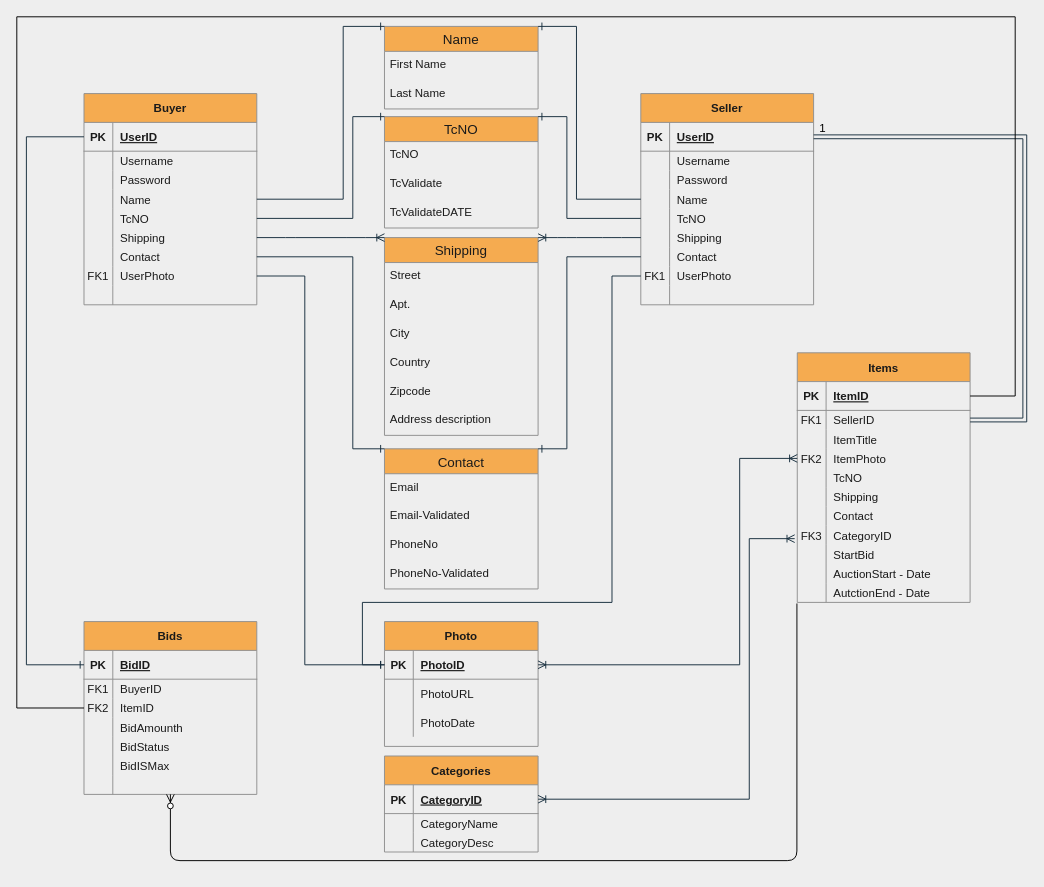
humbldump/HumblDump keeps this draw.io diagram as Untitled Diagram.drawio. Above is the earlier version. Source tidied: cells renumbered, new cells numbered last; positions are measured from the earlier drawing's top-left corner, leaving out a move shared by most shapes. Both pictures are drawn from the tidied source at 96%, with x=0, y=0 at pixel (16, 16).
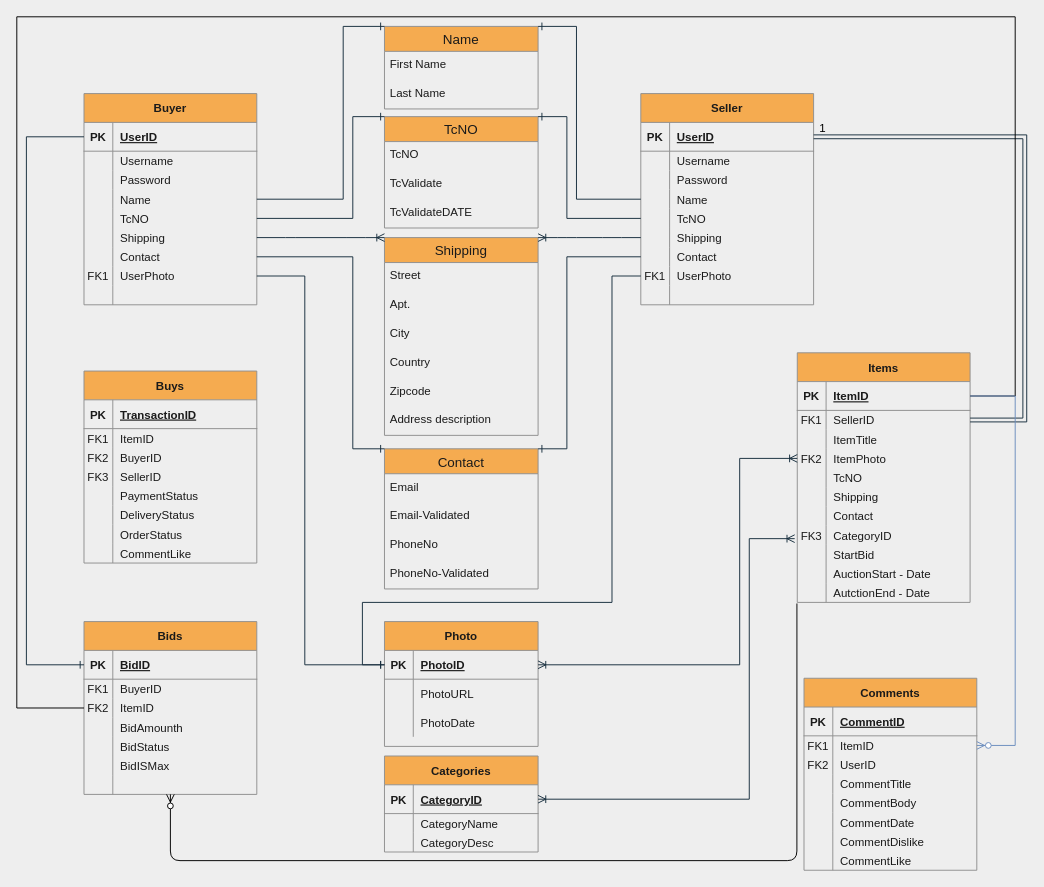
The same diagram, later.

The change refers to these unchanged cells:
```xml
<mxCell id="54" style="shape=partialRectangle;fillColor=none;top=0;left=0;bottom=1;right=0;points=[[0,0.5],[1,0.5]];portConstraint=eastwest;strokeColor=#909090;fontColor=#1A1A1A;" parent="53" vertex="1">
  <mxGeometry y="30" width="180" height="30" as="geometry" />
</mxCell>
```

The edit, as a diff of the source:
```diff
@@
+    <mxCell id="170" value="Comments" style="shape=table;startSize=30;childLayout=tableLayout;rowLines=0;fontStyle=1;align=center;fillColor=#F5AB50;strokeColor=#909090;fontColor=#1A1A1A;" parent="1" vertex="1">
+      <mxGeometry x="820" y="689" width="180" height="200" as="geometry" />
+    </mxCell>
+    <mxCell id="171" style="shape=partialRectangle;fillColor=none;top=0;left=0;bottom=1;right=0;strokeColor=#909090;fontColor=#1A1A1A;" parent="170" vertex="1">
+      <mxGeometry y="30" width="180" height="30" as="geometry" />
+    </mxCell>
+    <mxCell id="172" value="PK" style="shape=partialRectangle;fillColor=none;top=0;left=0;bottom=0;right=0;fontStyle=1;overflow=hidden;strokeColor=#909090;fontColor=#1A1A1A;" parent="171" vertex="1">
+      <mxGeometry width="30" height="30" as="geometry" />
+    </mxCell>
+    <mxCell id="173" value="CommentID" style="shape=partialRectangle;fillColor=none;top=0;left=0;bottom=0;right=0;align=left;spacingLeft=6;fontStyle=5;overflow=hidden;strokeColor=#909090;fontColor=#1A1A1A;" parent="171" vertex="1">
+      <mxGeometry x="30" width="150" height="30" as="geometry" />
+    </mxCell>
+    <mxCell id="174" style="shape=partialRectangle;fillColor=none;top=0;left=0;bottom=0;right=0;strokeColor=#909090;fontColor=#1A1A1A;" parent="170" vertex="1">
+      <mxGeometry y="60" width="180" height="20" as="geometry" />
+    </mxCell>
+    <mxCell id="175" value="FK1" style="shape=partialRectangle;fillColor=none;top=0;left=0;bottom=0;right=0;overflow=hidden;strokeColor=#909090;fontColor=#1A1A1A;" parent="174" vertex="1">
+      <mxGeometry width="30" height="20" as="geometry" />
+    </mxCell>
+    <mxCell id="176" value="ItemID" style="shape=partialRectangle;fillColor=none;top=0;left=0;bottom=0;right=0;align=left;spacingLeft=6;overflow=hidden;strokeColor=#909090;fontColor=#1A1A1A;" parent="174" vertex="1">
+      <mxGeometry x="30" width="150" height="20" as="geometry" />
+    </mxCell>
+    <mxCell id="177" style="shape=partialRectangle;fillColor=none;top=0;left=0;bottom=0;right=0;strokeColor=#909090;fontColor=#1A1A1A;" parent="170" vertex="1">
+      <mxGeometry y="80" width="180" height="20" as="geometry" />
+    </mxCell>
+    <mxCell id="178" value="FK2" style="shape=partialRectangle;fillColor=none;top=0;left=0;bottom=0;right=0;overflow=hidden;strokeColor=#909090;fontColor=#1A1A1A;" parent="177" vertex="1">
+      <mxGeometry width="30" height="20" as="geometry" />
+    </mxCell>
+    <mxCell id="179" value="UserID" style="shape=partialRectangle;fillColor=none;top=0;left=0;bottom=0;right=0;align=left;spacingLeft=6;overflow=hidden;strokeColor=#909090;fontColor=#1A1A1A;" parent="177" vertex="1">
+      <mxGeometry x="30" width="150" height="20" as="geometry" />
+    </mxCell>
+    <mxCell id="180" style="shape=partialRectangle;fillColor=none;top=0;left=0;bottom=0;right=0;strokeColor=#909090;fontColor=#1A1A1A;" parent="170" vertex="1">
+      <mxGeometry y="100" width="180" height="20" as="geometry" />
+    </mxCell>
+    <mxCell id="181" style="shape=partialRectangle;fillColor=none;top=0;left=0;bottom=0;right=0;overflow=hidden;strokeColor=#909090;fontColor=#1A1A1A;" parent="180" vertex="1">
+      <mxGeometry width="30" height="20" as="geometry" />
+    </mxCell>
+    <mxCell id="182" value="CommentTitle" style="shape=partialRectangle;fillColor=none;top=0;left=0;bottom=0;right=0;align=left;spacingLeft=6;overflow=hidden;strokeColor=#909090;fontColor=#1A1A1A;" parent="180" vertex="1">
+      <mxGeometry x="30" width="150" height="20" as="geometry" />
+    </mxCell>
+    <mxCell id="183" style="shape=partialRectangle;fillColor=none;top=0;left=0;bottom=0;right=0;strokeColor=#909090;fontColor=#1A1A1A;" parent="170" vertex="1">
+      <mxGeometry y="120" width="180" height="20" as="geometry" />
+    </mxCell>
+    <mxCell id="184" style="shape=partialRectangle;fillColor=none;top=0;left=0;bottom=0;right=0;overflow=hidden;strokeColor=#909090;fontColor=#1A1A1A;" parent="183" vertex="1">
+      <mxGeometry width="30" height="20" as="geometry" />
+    </mxCell>
+    <mxCell id="185" value="CommentBody" style="shape=partialRectangle;fillColor=none;top=0;left=0;bottom=0;right=0;align=left;spacingLeft=6;overflow=hidden;strokeColor=#909090;fontColor=#1A1A1A;" parent="183" vertex="1">
+      <mxGeometry x="30" width="150" height="20" as="geometry" />
+    </mxCell>
+    <mxCell id="186" style="shape=partialRectangle;fillColor=none;top=0;left=0;bottom=0;right=0;strokeColor=#909090;fontColor=#1A1A1A;" parent="170" vertex="1">
+      <mxGeometry y="140" width="180" height="20" as="geometry" />
+    </mxCell>
+    <mxCell id="187" style="shape=partialRectangle;fillColor=none;top=0;left=0;bottom=0;right=0;overflow=hidden;strokeColor=#909090;fontColor=#1A1A1A;" parent="186" vertex="1">
+      <mxGeometry width="30" height="20" as="geometry" />
+    </mxCell>
+    <mxCell id="188" value="CommentDate" style="shape=partialRectangle;fillColor=none;top=0;left=0;bottom=0;right=0;align=left;spacingLeft=6;overflow=hidden;strokeColor=#909090;fontColor=#1A1A1A;" parent="186" vertex="1">
+      <mxGeometry x="30" width="150" height="20" as="geometry" />
+    </mxCell>
+    <mxCell id="189" style="shape=partialRectangle;fillColor=none;top=0;left=0;bottom=0;right=0;strokeColor=#909090;fontColor=#1A1A1A;" parent="170" vertex="1">
+      <mxGeometry y="160" width="180" height="20" as="geometry" />
+    </mxCell>
+    <mxCell id="190" style="shape=partialRectangle;fillColor=none;top=0;left=0;bottom=0;right=0;overflow=hidden;strokeColor=#909090;fontColor=#1A1A1A;" parent="189" vertex="1">
+      <mxGeometry width="30" height="20" as="geometry" />
+    </mxCell>
+    <mxCell id="191" value="CommentDislike" style="shape=partialRectangle;fillColor=none;top=0;left=0;bottom=0;right=0;align=left;spacingLeft=6;overflow=hidden;strokeColor=#909090;fontColor=#1A1A1A;" parent="189" vertex="1">
+      <mxGeometry x="30" width="150" height="20" as="geometry" />
+    </mxCell>
+    <mxCell id="192" style="shape=partialRectangle;fillColor=none;top=0;left=0;bottom=0;right=0;strokeColor=#909090;fontColor=#1A1A1A;" parent="170" vertex="1">
+      <mxGeometry y="180" width="180" height="20" as="geometry" />
+    </mxCell>
+    <mxCell id="193" style="shape=partialRectangle;fillColor=none;top=0;left=0;bottom=0;right=0;overflow=hidden;strokeColor=#909090;fontColor=#1A1A1A;" parent="192" vertex="1">
+      <mxGeometry width="30" height="20" as="geometry" />
+    </mxCell>
+    <mxCell id="194" value="CommentLike" style="shape=partialRectangle;fillColor=none;top=0;left=0;bottom=0;right=0;align=left;spacingLeft=6;overflow=hidden;strokeColor=#909090;fontColor=#1A1A1A;" parent="192" vertex="1">
+      <mxGeometry x="30" width="150" height="20" as="geometry" />
+    </mxCell>
+    <mxCell id="195" style="edgeStyle=orthogonalEdgeStyle;fontSize=12;html=1;endArrow=ERzeroToMany;endFill=1;exitX=1;exitY=0.5;exitDx=0;exitDy=0;rounded=0;strokeColor=#6c8ebf;fillColor=#dae8fc;" parent="1" edge="1" source="54">
+      <mxGeometry relative="1" as="geometry">
+        <mxPoint x="1000" y="759" as="targetPoint" />
+        <Array as="points">
+          <mxPoint x="1040" y="395" />
+          <mxPoint x="1040" y="759" />
+        </Array>
+      </mxGeometry>
+    </mxCell>
+    <mxCell id="196" value="Buys" style="shape=table;startSize=30;childLayout=tableLayout;rowLines=0;fontStyle=1;align=center;fillColor=#F5AB50;strokeColor=#909090;fontColor=#1A1A1A;" parent="1" vertex="1">
+      <mxGeometry x="70" y="369" width="180" height="200" as="geometry" />
+    </mxCell>
+    <mxCell id="197" style="shape=partialRectangle;fillColor=none;top=0;left=0;bottom=1;right=0;strokeColor=#909090;fontColor=#1A1A1A;" parent="196" vertex="1">
+      <mxGeometry y="30" width="180" height="30" as="geometry" />
+    </mxCell>
+    <mxCell id="198" value="PK" style="shape=partialRectangle;fillColor=none;top=0;left=0;bottom=0;right=0;fontStyle=1;overflow=hidden;strokeColor=#909090;fontColor=#1A1A1A;" parent="197" vertex="1">
+      <mxGeometry width="30" height="30" as="geometry" />
+    </mxCell>
+    <mxCell id="199" value="TransactionID" style="shape=partialRectangle;fillColor=none;top=0;left=0;bottom=0;right=0;align=left;spacingLeft=6;fontStyle=5;overflow=hidden;strokeColor=#909090;fontColor=#1A1A1A;" parent="197" vertex="1">
+      <mxGeometry x="30" width="150" height="30" as="geometry" />
+    </mxCell>
+    <mxCell id="200" style="shape=partialRectangle;fillColor=none;top=0;left=0;bottom=0;right=0;strokeColor=#909090;fontColor=#1A1A1A;" parent="196" vertex="1">
+      <mxGeometry y="60" width="180" height="20" as="geometry" />
+    </mxCell>
+    <mxCell id="201" value="FK1" style="shape=partialRectangle;fillColor=none;top=0;left=0;bottom=0;right=0;overflow=hidden;strokeColor=#909090;fontColor=#1A1A1A;" parent="200" vertex="1">
+      <mxGeometry width="30" height="20" as="geometry" />
+    </mxCell>
+    <mxCell id="202" value="ItemID" style="shape=partialRectangle;fillColor=none;top=0;left=0;bottom=0;right=0;align=left;spacingLeft=6;overflow=hidden;strokeColor=#909090;fontColor=#1A1A1A;" parent="200" vertex="1">
+      <mxGeometry x="30" width="150" height="20" as="geometry" />
+    </mxCell>
+    <mxCell id="203" style="shape=partialRectangle;fillColor=none;top=0;left=0;bottom=0;right=0;strokeColor=#909090;fontColor=#1A1A1A;" parent="196" vertex="1">
+      <mxGeometry y="80" width="180" height="20" as="geometry" />
+    </mxCell>
+    <mxCell id="204" value="FK2" style="shape=partialRectangle;fillColor=none;top=0;left=0;bottom=0;right=0;overflow=hidden;strokeColor=#909090;fontColor=#1A1A1A;" parent="203" vertex="1">
+      <mxGeometry width="30" height="20" as="geometry" />
+    </mxCell>
+    <mxCell id="205" value="BuyerID" style="shape=partialRectangle;fillColor=none;top=0;left=0;bottom=0;right=0;align=left;spacingLeft=6;overflow=hidden;strokeColor=#909090;fontColor=#1A1A1A;" parent="203" vertex="1">
+      <mxGeometry x="30" width="150" height="20" as="geometry" />
+    </mxCell>
+    <mxCell id="206" style="shape=partialRectangle;fillColor=none;top=0;left=0;bottom=0;right=0;strokeColor=#909090;fontColor=#1A1A1A;" parent="196" vertex="1">
+      <mxGeometry y="100" width="180" height="20" as="geometry" />
+    </mxCell>
+    <mxCell id="207" value="FK3" style="shape=partialRectangle;fillColor=none;top=0;left=0;bottom=0;right=0;overflow=hidden;strokeColor=#909090;fontColor=#1A1A1A;" parent="206" vertex="1">
+      <mxGeometry width="30" height="20" as="geometry" />
+    </mxCell>
+    <mxCell id="208" value="SellerID" style="shape=partialRectangle;fillColor=none;top=0;left=0;bottom=0;right=0;align=left;spacingLeft=6;overflow=hidden;strokeColor=#909090;fontColor=#1A1A1A;" parent="206" vertex="1">
+      <mxGeometry x="30" width="150" height="20" as="geometry" />
+    </mxCell>
+    <mxCell id="209" style="shape=partialRectangle;fillColor=none;top=0;left=0;bottom=0;right=0;strokeColor=#909090;fontColor=#1A1A1A;" parent="196" vertex="1">
+      <mxGeometry y="120" width="180" height="20" as="geometry" />
+    </mxCell>
+    <mxCell id="210" style="shape=partialRectangle;fillColor=none;top=0;left=0;bottom=0;right=0;overflow=hidden;strokeColor=#909090;fontColor=#1A1A1A;" parent="209" vertex="1">
+      <mxGeometry width="30" height="20" as="geometry" />
+    </mxCell>
+    <mxCell id="211" value="PaymentStatus" style="shape=partialRectangle;fillColor=none;top=0;left=0;bottom=0;right=0;align=left;spacingLeft=6;overflow=hidden;strokeColor=#909090;fontColor=#1A1A1A;" parent="209" vertex="1">
+      <mxGeometry x="30" width="150" height="20" as="geometry" />
+    </mxCell>
+    <mxCell id="212" style="shape=partialRectangle;fillColor=none;top=0;left=0;bottom=0;right=0;strokeColor=#909090;fontColor=#1A1A1A;" parent="196" vertex="1">
+      <mxGeometry y="140" width="180" height="20" as="geometry" />
+    </mxCell>
+    <mxCell id="213" style="shape=partialRectangle;fillColor=none;top=0;left=0;bottom=0;right=0;overflow=hidden;strokeColor=#909090;fontColor=#1A1A1A;" parent="212" vertex="1">
+      <mxGeometry width="30" height="20" as="geometry" />
+    </mxCell>
+    <mxCell id="214" value="DeliveryStatus" style="shape=partialRectangle;fillColor=none;top=0;left=0;bottom=0;right=0;align=left;spacingLeft=6;overflow=hidden;strokeColor=#909090;fontColor=#1A1A1A;" parent="212" vertex="1">
+      <mxGeometry x="30" width="150" height="20" as="geometry" />
+    </mxCell>
+    <mxCell id="215" style="shape=partialRectangle;fillColor=none;top=0;left=0;bottom=0;right=0;strokeColor=#909090;fontColor=#1A1A1A;" parent="196" vertex="1">
+      <mxGeometry y="160" width="180" height="20" as="geometry" />
+    </mxCell>
+    <mxCell id="216" style="shape=partialRectangle;fillColor=none;top=0;left=0;bottom=0;right=0;overflow=hidden;strokeColor=#909090;fontColor=#1A1A1A;" parent="215" vertex="1">
+      <mxGeometry width="30" height="20" as="geometry" />
+    </mxCell>
+    <mxCell id="217" value="OrderStatus" style="shape=partialRectangle;fillColor=none;top=0;left=0;bottom=0;right=0;align=left;spacingLeft=6;overflow=hidden;strokeColor=#909090;fontColor=#1A1A1A;" parent="215" vertex="1">
+      <mxGeometry x="30" width="150" height="20" as="geometry" />
+    </mxCell>
+    <mxCell id="218" style="shape=partialRectangle;fillColor=none;top=0;left=0;bottom=0;right=0;strokeColor=#909090;fontColor=#1A1A1A;" parent="196" vertex="1">
+      <mxGeometry y="180" width="180" height="20" as="geometry" />
+    </mxCell>
+    <mxCell id="219" style="shape=partialRectangle;fillColor=none;top=0;left=0;bottom=0;right=0;overflow=hidden;strokeColor=#909090;fontColor=#1A1A1A;" parent="218" vertex="1">
+      <mxGeometry width="30" height="20" as="geometry" />
+    </mxCell>
+    <mxCell id="220" value="CommentLike" style="shape=partialRectangle;fillColor=none;top=0;left=0;bottom=0;right=0;align=left;spacingLeft=6;overflow=hidden;strokeColor=#909090;fontColor=#1A1A1A;" parent="218" vertex="1">
+      <mxGeometry x="30" width="150" height="20" as="geometry" />
+    </mxCell>
```
